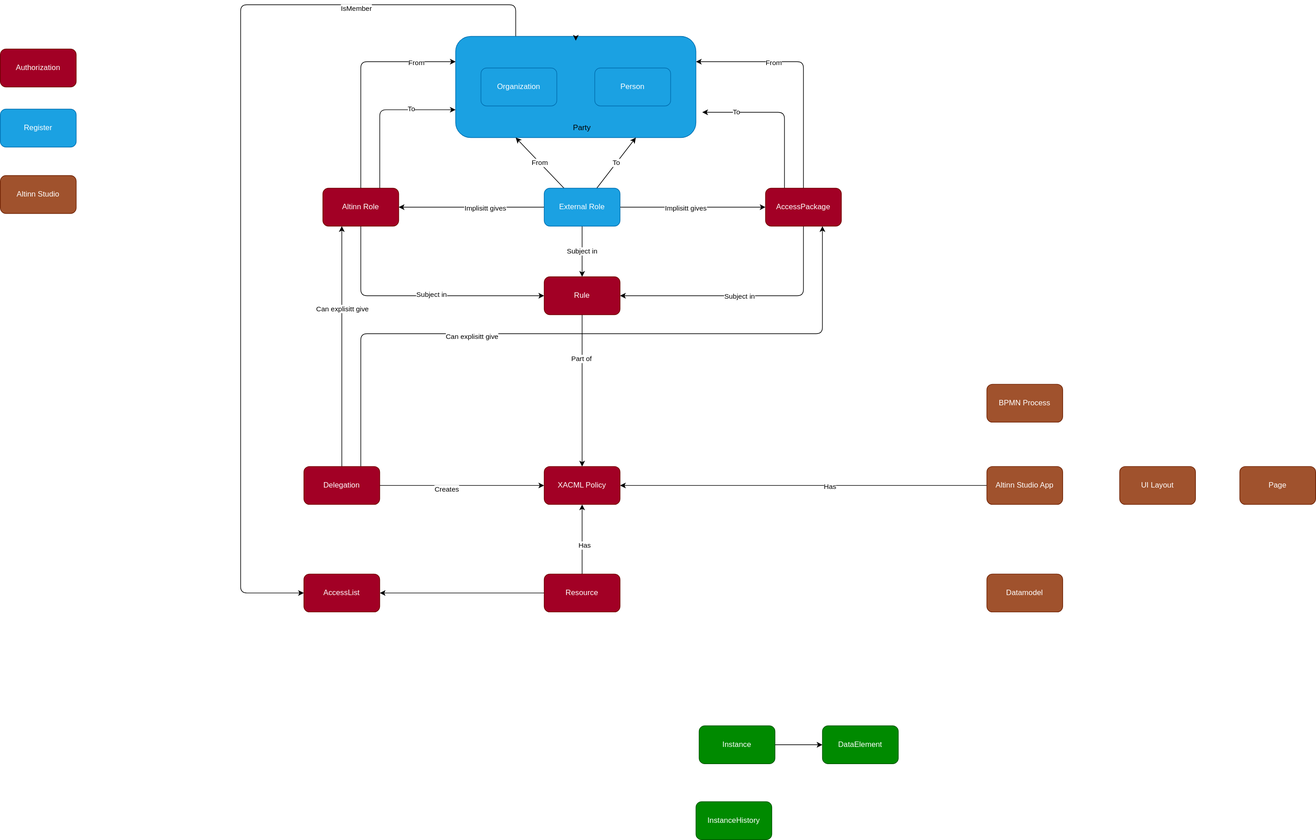
Before: content/technology/architecture/informationmodel/informationmodel.drawio.svg, a diagram exported from draw.io (Altinn/altinn-studio-docs). Source tidied: cells renumbered, new cells last; positions are measured from the earlier drawing's top-left corner, leaving out a move shared by most shapes. Source of this version:
```xml
<mxGraphModel>
  <root>
    <mxCell id="0" />
    <mxCell id="1" parent="0" />
    <mxCell id="2" style="edgeStyle=none;html=1;entryX=0;entryY=0.5;entryDx=0;entryDy=0;exitX=0.25;exitY=0;exitDx=0;exitDy=0;" parent="1" edge="1" source="4" target="50">
      <mxGeometry relative="1" as="geometry">
        <Array as="points">
          <mxPoint x="815" />
          <mxPoint x="380" />
          <mxPoint x="380" y="930" />
        </Array>
      </mxGeometry>
    </mxCell>
    <mxCell id="3" value="IsMember" style="edgeLabel;html=1;align=center;verticalAlign=middle;" parent="2" vertex="1">
      <mxGeometry x="-0.6" y="5" relative="1" as="geometry" />
    </mxCell>
    <mxCell id="4" style="rounded=1;whiteSpace=wrap;html=1;fillColor=#1ba1e2;strokeColor=#006EAF;fontColor=#ffffff;" parent="1" vertex="1">
      <mxGeometry x="720" y="50" width="380" height="160" as="geometry" />
    </mxCell>
    <mxCell id="5" value="Organization" style="rounded=1;whiteSpace=wrap;html=1;fillColor=#1ba1e2;strokeColor=#006EAF;fontColor=#ffffff;" parent="1" vertex="1">
      <mxGeometry x="760" y="100" width="120" height="60" as="geometry" />
    </mxCell>
    <mxCell id="6" value="Person" style="rounded=1;whiteSpace=wrap;html=1;fillColor=#1ba1e2;strokeColor=#006EAF;fontColor=#ffffff;" parent="1" vertex="1">
      <mxGeometry x="940" y="100" width="120" height="60" as="geometry" />
    </mxCell>
    <mxCell id="7" style="edgeStyle=none;html=1;" parent="1" edge="1" source="9" target="14">
      <mxGeometry relative="1" as="geometry" />
    </mxCell>
    <mxCell id="8" value="Has" style="edgeLabel;html=1;align=center;verticalAlign=middle;" parent="7" vertex="1">
      <mxGeometry x="-0.14" y="1" relative="1" as="geometry" />
    </mxCell>
    <mxCell id="9" value="Altinn Studio App" style="rounded=1;whiteSpace=wrap;html=1;fillColor=#a0522d;fontColor=#ffffff;strokeColor=#6D1F00;" parent="1" vertex="1">
      <mxGeometry x="1560" y="730" width="120" height="60" as="geometry" />
    </mxCell>
    <mxCell id="10" style="edgeStyle=none;html=1;entryX=0.5;entryY=1;entryDx=0;entryDy=0;" parent="1" edge="1" source="13" target="14">
      <mxGeometry relative="1" as="geometry" />
    </mxCell>
    <mxCell id="11" value="Has" style="edgeLabel;html=1;align=center;verticalAlign=middle;" parent="10" vertex="1">
      <mxGeometry x="-0.18" y="-3" relative="1" as="geometry" />
    </mxCell>
    <mxCell id="12" style="edgeStyle=none;html=1;entryX=1;entryY=0.5;entryDx=0;entryDy=0;" parent="1" edge="1" source="13" target="50">
      <mxGeometry relative="1" as="geometry" />
    </mxCell>
    <mxCell id="13" value="Resource" style="rounded=1;whiteSpace=wrap;html=1;fillColor=#a20025;fontColor=#ffffff;strokeColor=#6F0000;" parent="1" vertex="1">
      <mxGeometry x="860" y="900" width="120" height="60" as="geometry" />
    </mxCell>
    <mxCell id="14" value="XACML Policy" style="rounded=1;whiteSpace=wrap;html=1;fillColor=#a20025;fontColor=#ffffff;strokeColor=#6F0000;" parent="1" vertex="1">
      <mxGeometry x="860" y="730" width="120" height="60" as="geometry" />
    </mxCell>
    <mxCell id="15" style="edgeStyle=none;html=1;" parent="1" edge="1" source="17" target="14">
      <mxGeometry relative="1" as="geometry" />
    </mxCell>
    <mxCell id="16" value="Part of" style="edgeLabel;html=1;align=center;verticalAlign=middle;" parent="15" vertex="1">
      <mxGeometry x="-0.42" y="-2" relative="1" as="geometry" />
    </mxCell>
    <mxCell id="17" value="Rule" style="rounded=1;whiteSpace=wrap;html=1;fillColor=#a20025;fontColor=#ffffff;strokeColor=#6F0000;" parent="1" vertex="1">
      <mxGeometry x="860" y="430" width="120" height="60" as="geometry" />
    </mxCell>
    <mxCell id="18" style="edgeStyle=none;html=1;entryX=0;entryY=0.25;entryDx=0;entryDy=0;" parent="1" edge="1" source="24" target="4">
      <mxGeometry relative="1" as="geometry">
        <Array as="points">
          <mxPoint x="570" y="90" />
        </Array>
      </mxGeometry>
    </mxCell>
    <mxCell id="19" value="From" style="edgeLabel;html=1;align=center;verticalAlign=middle;" parent="18" vertex="1">
      <mxGeometry x="0.64" y="-1" relative="1" as="geometry" />
    </mxCell>
    <mxCell id="20" style="edgeStyle=none;html=1;entryX=0;entryY=0.5;entryDx=0;entryDy=0;" parent="1" edge="1" source="24" target="17">
      <mxGeometry relative="1" as="geometry">
        <Array as="points">
          <mxPoint x="570" y="460" />
        </Array>
      </mxGeometry>
    </mxCell>
    <mxCell id="21" value="Subject in" style="edgeLabel;html=1;align=center;verticalAlign=middle;" parent="20" vertex="1">
      <mxGeometry x="0.1" y="3" relative="1" as="geometry" />
    </mxCell>
    <mxCell id="22" style="edgeStyle=none;html=1;entryX=0;entryY=0.725;entryDx=0;entryDy=0;entryPerimeter=0;exitX=0.75;exitY=0;exitDx=0;exitDy=0;" parent="1" edge="1" source="24" target="4">
      <mxGeometry relative="1" as="geometry">
        <Array as="points">
          <mxPoint x="600" y="166" />
        </Array>
      </mxGeometry>
    </mxCell>
    <mxCell id="23" value="To" style="edgeLabel;html=1;align=center;verticalAlign=middle;" parent="22" vertex="1">
      <mxGeometry x="0.42" y="2" relative="1" as="geometry" />
    </mxCell>
    <mxCell id="24" value="Altinn Role" style="rounded=1;whiteSpace=wrap;html=1;fillColor=#a20025;fontColor=#ffffff;strokeColor=#6F0000;" parent="1" vertex="1">
      <mxGeometry x="510" y="290" width="120" height="60" as="geometry" />
    </mxCell>
    <mxCell id="25" style="edgeStyle=none;html=1;entryX=0;entryY=0.5;entryDx=0;entryDy=0;" parent="1" edge="1" source="31" target="14">
      <mxGeometry relative="1" as="geometry" />
    </mxCell>
    <mxCell id="26" value="Creates" style="edgeLabel;html=1;align=center;verticalAlign=middle;" parent="25" vertex="1">
      <mxGeometry x="-0.19" y="-5" relative="1" as="geometry" />
    </mxCell>
    <mxCell id="27" style="edgeStyle=none;html=1;entryX=0.25;entryY=1;entryDx=0;entryDy=0;" parent="1" edge="1" source="31" target="24">
      <mxGeometry relative="1" as="geometry" />
    </mxCell>
    <mxCell id="28" value="Can explisitt give" style="edgeLabel;html=1;align=center;verticalAlign=middle;" parent="27" vertex="1">
      <mxGeometry x="-0.21" y="-1" relative="1" as="geometry">
        <mxPoint x="-1" y="-100" as="offset" />
      </mxGeometry>
    </mxCell>
    <mxCell id="29" style="edgeStyle=none;html=1;entryX=0.75;entryY=1;entryDx=0;entryDy=0;exitX=0.75;exitY=0;exitDx=0;exitDy=0;" parent="1" edge="1" source="31" target="38">
      <mxGeometry relative="1" as="geometry">
        <Array as="points">
          <mxPoint x="570" y="520" />
          <mxPoint x="1300" y="520" />
        </Array>
      </mxGeometry>
    </mxCell>
    <mxCell id="30" value="Can explisitt give" style="edgeLabel;html=1;align=center;verticalAlign=middle;" parent="29" vertex="1">
      <mxGeometry x="-0.31" y="-4" relative="1" as="geometry" />
    </mxCell>
    <mxCell id="31" value="Delegation" style="rounded=1;whiteSpace=wrap;html=1;fillColor=#a20025;fontColor=#ffffff;strokeColor=#6F0000;" parent="1" vertex="1">
      <mxGeometry x="480" y="730" width="120" height="60" as="geometry" />
    </mxCell>
    <mxCell id="32" style="edgeStyle=none;html=1;entryX=1;entryY=0.25;entryDx=0;entryDy=0;" parent="1" edge="1" source="38" target="4">
      <mxGeometry relative="1" as="geometry">
        <Array as="points">
          <mxPoint x="1270" y="90" />
        </Array>
      </mxGeometry>
    </mxCell>
    <mxCell id="33" value="From" style="edgeLabel;html=1;align=center;verticalAlign=middle;" parent="32" vertex="1">
      <mxGeometry x="0.34" y="1" relative="1" as="geometry" />
    </mxCell>
    <mxCell id="34" style="edgeStyle=none;html=1;exitX=0.25;exitY=0;exitDx=0;exitDy=0;" parent="1" edge="1" source="38">
      <mxGeometry relative="1" as="geometry">
        <mxPoint x="1110" y="170" as="targetPoint" />
        <Array as="points">
          <mxPoint x="1240" y="170" />
        </Array>
      </mxGeometry>
    </mxCell>
    <mxCell id="35" value="To" style="edgeLabel;html=1;align=center;verticalAlign=middle;" parent="34" vertex="1">
      <mxGeometry x="0.58" y="-1" relative="1" as="geometry" />
    </mxCell>
    <mxCell id="36" style="edgeStyle=none;html=1;entryX=1;entryY=0.5;entryDx=0;entryDy=0;" parent="1" edge="1" source="38" target="17">
      <mxGeometry relative="1" as="geometry">
        <Array as="points">
          <mxPoint x="1270" y="460" />
        </Array>
      </mxGeometry>
    </mxCell>
    <mxCell id="37" value="Subject in" style="edgeLabel;html=1;align=center;verticalAlign=middle;" parent="36" vertex="1">
      <mxGeometry x="0.06" relative="1" as="geometry" />
    </mxCell>
    <mxCell id="38" value="AccessPackage" style="rounded=1;whiteSpace=wrap;html=1;fillColor=#a20025;fontColor=#ffffff;strokeColor=#6F0000;" parent="1" vertex="1">
      <mxGeometry x="1210" y="290" width="120" height="60" as="geometry" />
    </mxCell>
    <mxCell id="39" style="edgeStyle=none;html=1;entryX=0;entryY=0.5;entryDx=0;entryDy=0;" parent="1" edge="1" source="46" target="38">
      <mxGeometry relative="1" as="geometry" />
    </mxCell>
    <mxCell id="40" value="Implisitt gives" style="edgeLabel;html=1;align=center;verticalAlign=middle;" parent="39" vertex="1">
      <mxGeometry x="-0.1" y="-1" relative="1" as="geometry" />
    </mxCell>
    <mxCell id="41" style="edgeStyle=none;html=1;entryX=1;entryY=0.5;entryDx=0;entryDy=0;" parent="1" edge="1" source="46" target="24">
      <mxGeometry relative="1" as="geometry" />
    </mxCell>
    <mxCell id="42" value="Implisitt gives" style="edgeLabel;html=1;align=center;verticalAlign=middle;" parent="41" vertex="1">
      <mxGeometry x="-0.34" y="1" relative="1" as="geometry">
        <mxPoint x="-18" as="offset" />
      </mxGeometry>
    </mxCell>
    <mxCell id="43" value="To" style="edgeStyle=none;html=1;entryX=0.75;entryY=1;entryDx=0;entryDy=0;" parent="1" edge="1" source="46" target="4">
      <mxGeometry relative="1" as="geometry" />
    </mxCell>
    <mxCell id="44" value="From" style="edgeStyle=none;html=1;entryX=0.25;entryY=1;entryDx=0;entryDy=0;" parent="1" edge="1" source="46" target="4">
      <mxGeometry relative="1" as="geometry" />
    </mxCell>
    <mxCell id="45" value="Subject in" style="edgeStyle=none;html=1;" parent="1" edge="1" source="46" target="17">
      <mxGeometry relative="1" as="geometry" />
    </mxCell>
    <mxCell id="46" value="External Role" style="rounded=1;whiteSpace=wrap;html=1;fillColor=#1ba1e2;strokeColor=#006EAF;fontColor=#ffffff;" parent="1" vertex="1">
      <mxGeometry x="860" y="290" width="120" height="60" as="geometry" />
    </mxCell>
    <mxCell id="47" value="Party" style="text;html=1;strokeColor=none;fillColor=none;align=center;verticalAlign=middle;whiteSpace=wrap;rounded=0;" parent="1" vertex="1">
      <mxGeometry x="890" y="180" width="60" height="30" as="geometry" />
    </mxCell>
    <mxCell id="48" style="edgeStyle=none;html=1;exitX=0.5;exitY=0;exitDx=0;exitDy=0;entryX=0.5;entryY=0.042;entryDx=0;entryDy=0;entryPerimeter=0;" parent="1" edge="1" source="4" target="4">
      <mxGeometry relative="1" as="geometry" />
    </mxCell>
    <mxCell id="49" value="Datamodel" style="rounded=1;whiteSpace=wrap;html=1;fillColor=#a0522d;fontColor=#ffffff;strokeColor=#6D1F00;" parent="1" vertex="1">
      <mxGeometry x="1560" y="900" width="120" height="60" as="geometry" />
    </mxCell>
    <mxCell id="50" value="AccessList" style="rounded=1;whiteSpace=wrap;html=1;fillColor=#a20025;fontColor=#ffffff;strokeColor=#6F0000;" parent="1" vertex="1">
      <mxGeometry x="480" y="900" width="120" height="60" as="geometry" />
    </mxCell>
    <mxCell id="51" value="Authorization" style="rounded=1;whiteSpace=wrap;html=1;fillColor=#a20025;fontColor=#ffffff;strokeColor=#6F0000;" parent="1" vertex="1">
      <mxGeometry y="70" width="120" height="60" as="geometry" />
    </mxCell>
    <mxCell id="52" value="Register" style="rounded=1;whiteSpace=wrap;html=1;fillColor=#1ba1e2;strokeColor=#006EAF;fontColor=#ffffff;" parent="1" vertex="1">
      <mxGeometry y="165" width="120" height="60" as="geometry" />
    </mxCell>
    <mxCell id="53" value="Altinn Studio" style="rounded=1;whiteSpace=wrap;html=1;fillColor=#a0522d;fontColor=#ffffff;strokeColor=#6D1F00;" parent="1" vertex="1">
      <mxGeometry y="270" width="120" height="60" as="geometry" />
    </mxCell>
    <mxCell id="54" style="edgeStyle=none;html=1;entryX=0;entryY=0.5;entryDx=0;entryDy=0;" parent="1" edge="1" source="55" target="56">
      <mxGeometry relative="1" as="geometry" />
    </mxCell>
    <mxCell id="55" value="Instance" style="rounded=1;whiteSpace=wrap;html=1;fillColor=#008a00;fontColor=#ffffff;strokeColor=#005700;" parent="1" vertex="1">
      <mxGeometry x="1105" y="1140" width="120" height="60" as="geometry" />
    </mxCell>
    <mxCell id="56" value="DataElement" style="rounded=1;whiteSpace=wrap;html=1;fillColor=#008a00;fontColor=#ffffff;strokeColor=#005700;" parent="1" vertex="1">
      <mxGeometry x="1300" y="1140" width="120" height="60" as="geometry" />
    </mxCell>
    <mxCell id="57" value="InstanceHistory" style="rounded=1;whiteSpace=wrap;html=1;fillColor=#008a00;fontColor=#ffffff;strokeColor=#005700;" parent="1" vertex="1">
      <mxGeometry x="1100" y="1260" width="120" height="60" as="geometry" />
    </mxCell>
    <mxCell id="58" value="BPMN Process" style="rounded=1;whiteSpace=wrap;html=1;fillColor=#a0522d;fontColor=#ffffff;strokeColor=#6D1F00;" parent="1" vertex="1">
      <mxGeometry x="1560" y="600" width="120" height="60" as="geometry" />
    </mxCell>
    <mxCell id="59" value="UI Layout" style="rounded=1;whiteSpace=wrap;html=1;fillColor=#a0522d;fontColor=#ffffff;strokeColor=#6D1F00;" parent="1" vertex="1">
      <mxGeometry x="1770" y="730" width="120" height="60" as="geometry" />
    </mxCell>
    <mxCell id="60" value="Page" style="rounded=1;whiteSpace=wrap;html=1;fillColor=#a0522d;fontColor=#ffffff;strokeColor=#6D1F00;" parent="1" vertex="1">
      <mxGeometry x="1960" y="730" width="120" height="60" as="geometry" />
    </mxCell>
  </root>
</mxGraphModel>
```
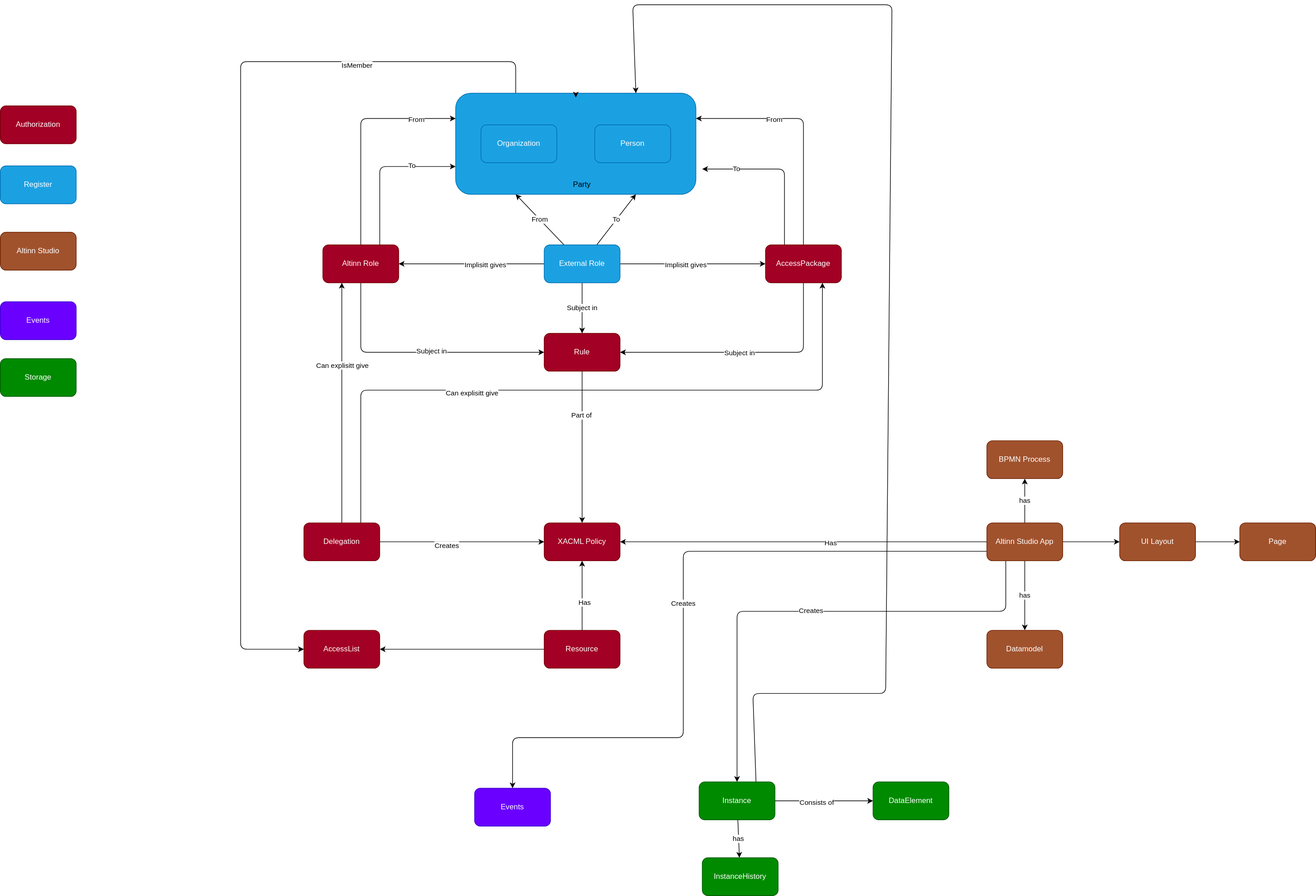
Later version of the same file.

Change to the diagram source:
```diff
@@ -29,6 +29,35 @@
     <mxCell id="8" value="Has" style="edgeLabel;html=1;align=center;verticalAlign=middle;" parent="7" vertex="1">
       <mxGeometry x="-0.14" y="1" relative="1" as="geometry" />
     </mxCell>
+    <mxCell id="61" value="has" style="edgeStyle=none;html=1;" parent="1" edge="1" source="9" target="58">
+      <mxGeometry relative="1" as="geometry" />
+    </mxCell>
+    <mxCell id="62" style="edgeStyle=none;html=1;" parent="1" edge="1" source="9" target="59">
+      <mxGeometry relative="1" as="geometry" />
+    </mxCell>
+    <mxCell id="63" value="has" style="edgeStyle=none;html=1;entryX=0.5;entryY=0;entryDx=0;entryDy=0;" parent="1" edge="1" source="9" target="49">
+      <mxGeometry relative="1" as="geometry" />
+    </mxCell>
+    <mxCell id="64" style="edgeStyle=none;html=1;entryX=0.5;entryY=0;entryDx=0;entryDy=0;exitX=0.25;exitY=1;exitDx=0;exitDy=0;" parent="1" edge="1" source="9" target="55">
+      <mxGeometry relative="1" as="geometry">
+        <Array as="points">
+          <mxPoint x="1590" y="870" />
+          <mxPoint x="1165" y="870" />
+        </Array>
+      </mxGeometry>
+    </mxCell>
+    <mxCell id="65" value="Creates" style="edgeLabel;html=1;align=center;verticalAlign=middle;" parent="64" vertex="1">
+      <mxGeometry y="-2" relative="1" as="geometry" />
+    </mxCell>
+    <mxCell id="66" value="Creates" style="edgeStyle=none;html=1;exitX=0;exitY=0.75;exitDx=0;exitDy=0;" parent="1" edge="1" source="9" target="71">
+      <mxGeometry relative="1" as="geometry">
+        <Array as="points">
+          <mxPoint x="1080" y="775" />
+          <mxPoint x="1080" y="1070" />
+          <mxPoint x="810" y="1070" />
+        </Array>
+      </mxGeometry>
+    </mxCell>
     <mxCell id="9" value="Altinn Studio App" style="rounded=1;whiteSpace=wrap;html=1;fillColor=#a0522d;fontColor=#ffffff;strokeColor=#6D1F00;" parent="1" vertex="1">
       <mxGeometry x="1560" y="730" width="120" height="60" as="geometry" />
     </mxCell>
@@ -201,23 +230,51 @@
     <mxCell id="54" style="edgeStyle=none;html=1;entryX=0;entryY=0.5;entryDx=0;entryDy=0;" parent="1" edge="1" source="55" target="56">
       <mxGeometry relative="1" as="geometry" />
     </mxCell>
+    <mxCell id="67" value="Consists of" style="edgeLabel;html=1;align=center;verticalAlign=middle;" parent="54" vertex="1">
+      <mxGeometry x="-0.16" y="-2" relative="1" as="geometry" />
+    </mxCell>
+    <mxCell id="68" style="edgeStyle=none;html=1;entryX=0.75;entryY=0;entryDx=0;entryDy=0;exitX=0.75;exitY=0;exitDx=0;exitDy=0;" parent="1" edge="1" source="55" target="4">
+      <mxGeometry relative="1" as="geometry">
+        <Array as="points">
+          <mxPoint x="1190" y="1000" />
+          <mxPoint x="1400" y="1000" />
+          <mxPoint x="1410" y="-90" />
+          <mxPoint x="1000" y="-90" />
+        </Array>
+      </mxGeometry>
+    </mxCell>
+    <mxCell id="69" value="has" style="edgeStyle=none;html=1;" parent="1" edge="1" source="55" target="57">
+      <mxGeometry relative="1" as="geometry" />
+    </mxCell>
     <mxCell id="55" value="Instance" style="rounded=1;whiteSpace=wrap;html=1;fillColor=#008a00;fontColor=#ffffff;strokeColor=#005700;" parent="1" vertex="1">
       <mxGeometry x="1105" y="1140" width="120" height="60" as="geometry" />
     </mxCell>
     <mxCell id="56" value="DataElement" style="rounded=1;whiteSpace=wrap;html=1;fillColor=#008a00;fontColor=#ffffff;strokeColor=#005700;" parent="1" vertex="1">
-      <mxGeometry x="1300" y="1140" width="120" height="60" as="geometry" />
+      <mxGeometry x="1380" y="1140" width="120" height="60" as="geometry" />
     </mxCell>
     <mxCell id="57" value="InstanceHistory" style="rounded=1;whiteSpace=wrap;html=1;fillColor=#008a00;fontColor=#ffffff;strokeColor=#005700;" parent="1" vertex="1">
-      <mxGeometry x="1100" y="1260" width="120" height="60" as="geometry" />
+      <mxGeometry x="1110" y="1260" width="120" height="60" as="geometry" />
     </mxCell>
     <mxCell id="58" value="BPMN Process" style="rounded=1;whiteSpace=wrap;html=1;fillColor=#a0522d;fontColor=#ffffff;strokeColor=#6D1F00;" parent="1" vertex="1">
       <mxGeometry x="1560" y="600" width="120" height="60" as="geometry" />
     </mxCell>
+    <mxCell id="70" style="edgeStyle=none;html=1;" parent="1" edge="1" source="59" target="60">
+      <mxGeometry relative="1" as="geometry" />
+    </mxCell>
     <mxCell id="59" value="UI Layout" style="rounded=1;whiteSpace=wrap;html=1;fillColor=#a0522d;fontColor=#ffffff;strokeColor=#6D1F00;" parent="1" vertex="1">
       <mxGeometry x="1770" y="730" width="120" height="60" as="geometry" />
     </mxCell>
     <mxCell id="60" value="Page" style="rounded=1;whiteSpace=wrap;html=1;fillColor=#a0522d;fontColor=#ffffff;strokeColor=#6D1F00;" parent="1" vertex="1">
       <mxGeometry x="1960" y="730" width="120" height="60" as="geometry" />
     </mxCell>
+    <mxCell id="71" value="Events" style="rounded=1;whiteSpace=wrap;html=1;fillColor=#6a00ff;fontColor=#ffffff;strokeColor=#3700CC;" parent="1" vertex="1">
+      <mxGeometry x="750" y="1150" width="120" height="60" as="geometry" />
+    </mxCell>
+    <mxCell id="72" value="Events" style="rounded=1;whiteSpace=wrap;html=1;fillColor=#6a00ff;fontColor=#ffffff;strokeColor=#3700CC;" parent="1" vertex="1">
+      <mxGeometry y="380" width="120" height="60" as="geometry" />
+    </mxCell>
+    <mxCell id="73" value="Storage" style="rounded=1;whiteSpace=wrap;html=1;fillColor=#008a00;fontColor=#ffffff;strokeColor=#005700;" parent="1" vertex="1">
+      <mxGeometry y="470" width="120" height="60" as="geometry" />
+    </mxCell>
   </root>
 </mxGraphModel>
```
